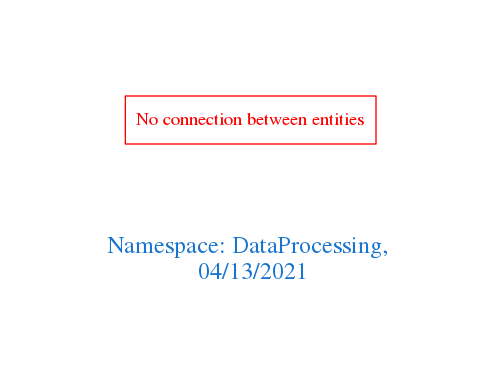
Before: downloads/DataProcessing.png, a diagram exported from Graphviz (arago/OGIT). Its source is kept beside it as downloads/DataProcessing.dot.
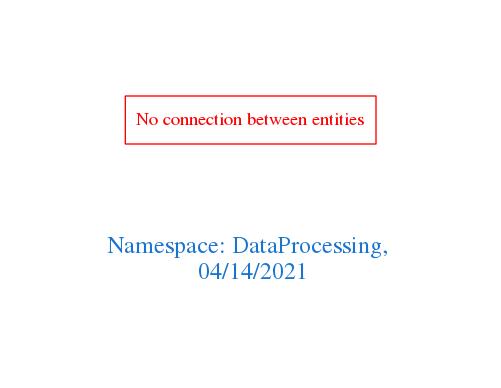
After the change.

Change to the diagram source:
```diff
@@ -1,7 +1,7 @@
 digraph OGIT_ontology {
  graph [ rankdir= LR,pad=1
 fontsize = 18,
-fontcolor= dodgerblue3,label = "\n\n\nNamespace: DataProcessing, \n 04/13/2021"];
+fontcolor= dodgerblue3,label = "\n\n\nNamespace: DataProcessing, \n 04/14/2021"];
 node[shape=polygon];
 edge [  color="gray81"];
 
```
